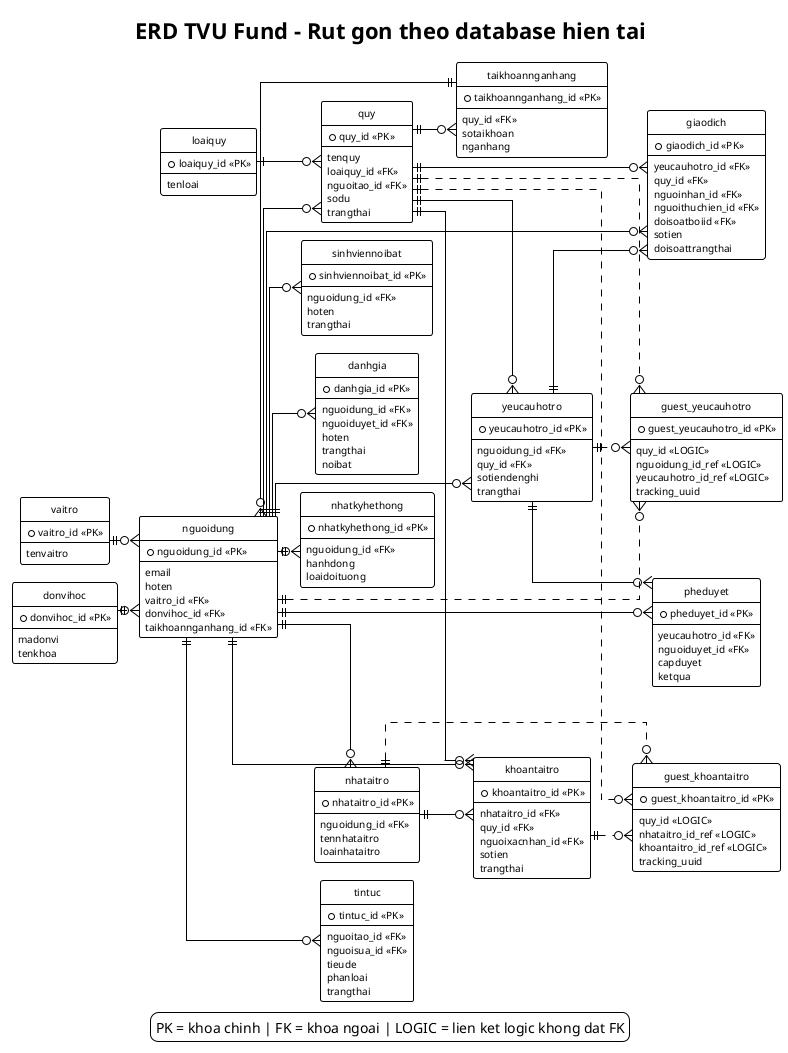
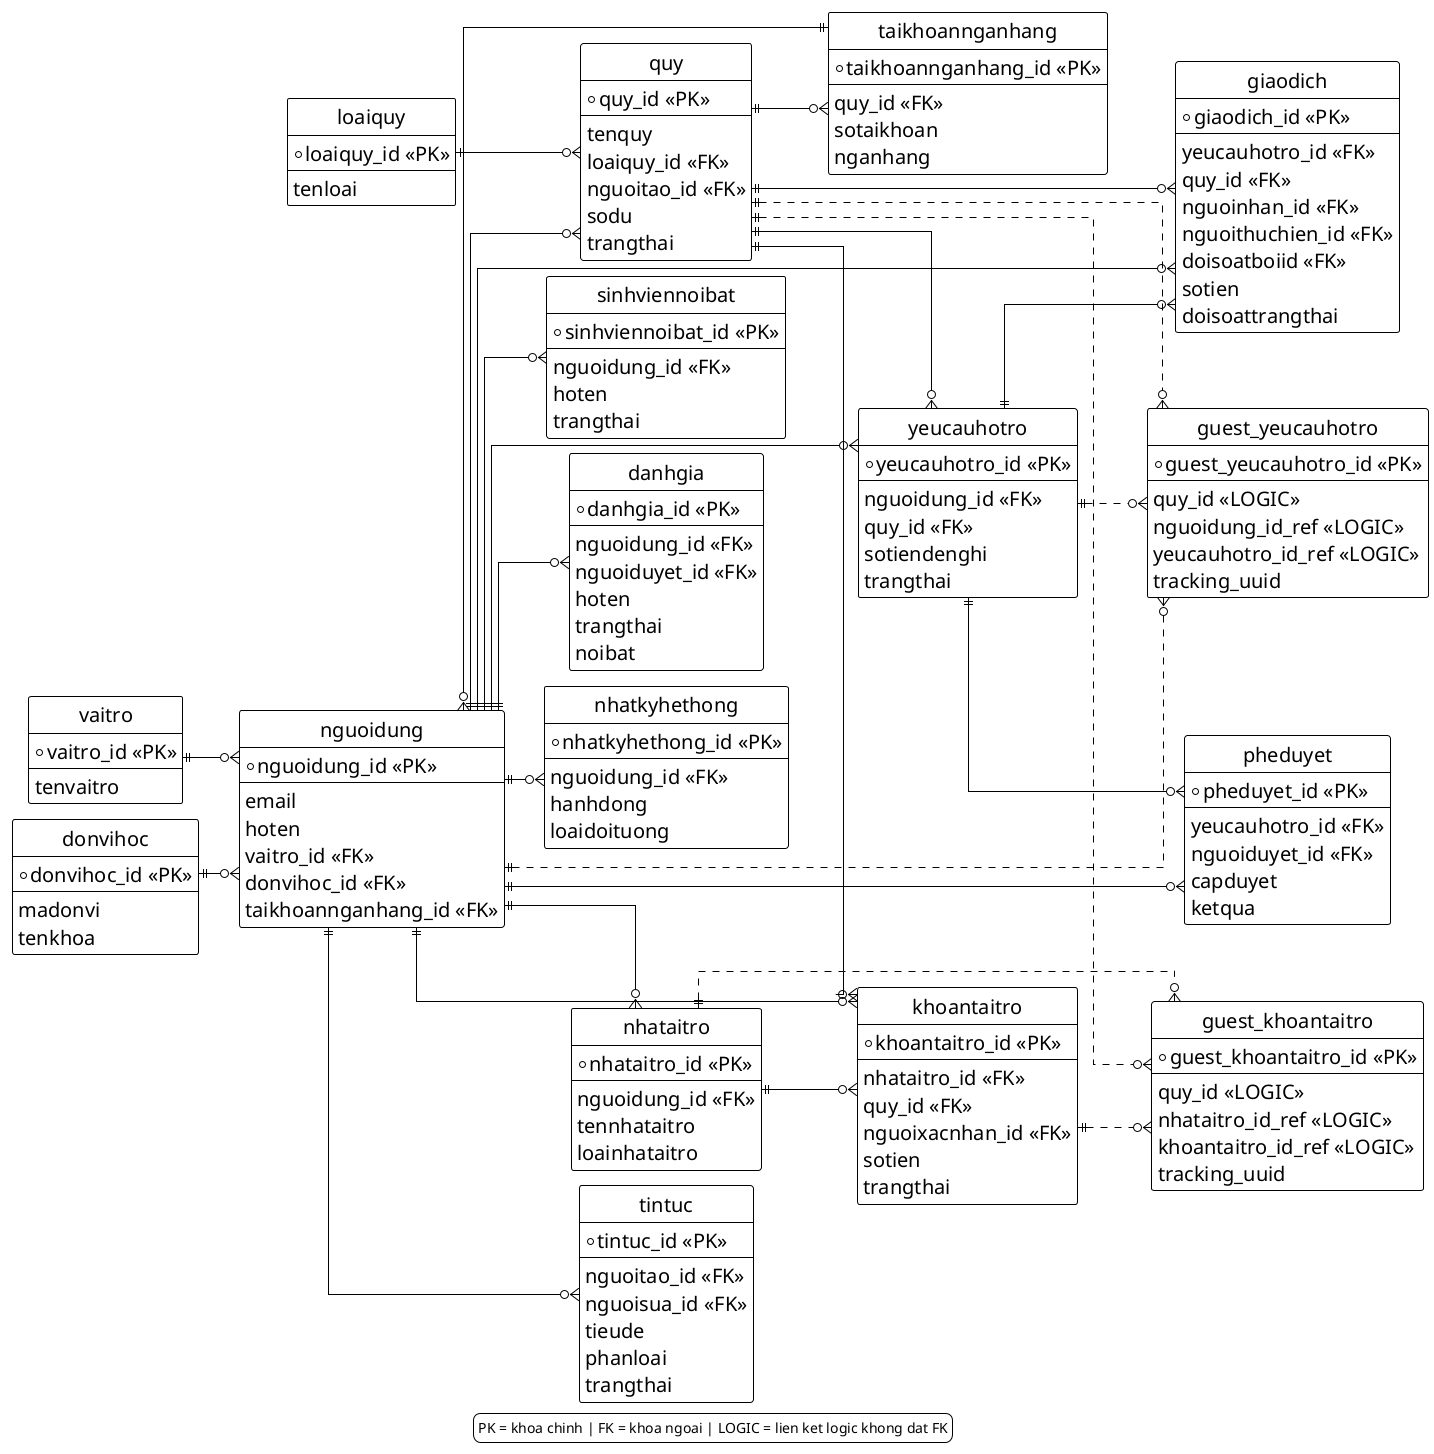
@startuml ERD_Hien_Tai
!theme plain
hide circle
left to right direction

skinparam backgroundColor #FFFFFF
skinparam linetype ortho
skinparam shadowing false
- skinparam defaultFontSize 10
- skinparam nodesep 18
- skinparam ranksep 22
+ skinparam defaultFontSize 20
+ skinparam nodesep 15
+ skinparam ranksep 40
skinparam entity {
  BackgroundColor #FFF9E6
  BorderColor #555555
}

- scale max 1100 width
- title ERD TVU Fund - Rut gon theo database hien tai
+ scale max 1900 width
+ 

entity "vaitro" as vaitro {
  * vaitro_id <<PK>>
  --
  tenvaitro
}

entity "donvihoc" as donvihoc {
  * donvihoc_id <<PK>>
  --
  madonvi
  tenkhoa
}

entity "nguoidung" as nguoidung {
  * nguoidung_id <<PK>>
  --
  email
  hoten
  vaitro_id <<FK>>
  donvihoc_id <<FK>>
  taikhoannganhang_id <<FK>>
}

entity "taikhoannganhang" as taikhoannganhang {
  * taikhoannganhang_id <<PK>>
  --
  quy_id <<FK>>
  sotaikhoan
  nganhang
}

entity "loaiquy" as loaiquy {
  * loaiquy_id <<PK>>
  --
  tenloai
}

entity "quy" as quy {
  * quy_id <<PK>>
  --
  tenquy
  loaiquy_id <<FK>>
  nguoitao_id <<FK>>
  sodu
  trangthai
}

entity "yeucauhotro" as yeucauhotro {
  * yeucauhotro_id <<PK>>
  --
  nguoidung_id <<FK>>
  quy_id <<FK>>
  sotiendenghi
  trangthai
}

entity "pheduyet" as pheduyet {
  * pheduyet_id <<PK>>
  --
  yeucauhotro_id <<FK>>
  nguoiduyet_id <<FK>>
  capduyet
  ketqua
}

entity "nhataitro" as nhataitro {
  * nhataitro_id <<PK>>
  --
  nguoidung_id <<FK>>
  tennhataitro
  loainhataitro
}

entity "khoantaitro" as khoantaitro {
  * khoantaitro_id <<PK>>
  --
  nhataitro_id <<FK>>
  quy_id <<FK>>
  nguoixacnhan_id <<FK>>
  sotien
  trangthai
}

entity "giaodich" as giaodich {
  * giaodich_id <<PK>>
  --
  yeucauhotro_id <<FK>>
  quy_id <<FK>>
  nguoinhan_id <<FK>>
  nguoithuchien_id <<FK>>
  doisoatboiid <<FK>>
  sotien
  doisoattrangthai
}

entity "tintuc" as tintuc {
  * tintuc_id <<PK>>
  --
  nguoitao_id <<FK>>
  nguoisua_id <<FK>>
  tieude
  phanloai
  trangthai
}

entity "sinhviennoibat" as sinhviennoibat {
  * sinhviennoibat_id <<PK>>
  --
  nguoidung_id <<FK>>
  hoten
  trangthai
}

entity "danhgia" as danhgia {
  * danhgia_id <<PK>>
  --
  nguoidung_id <<FK>>
  nguoiduyet_id <<FK>>
  hoten
  trangthai
  noibat
}

entity "guest_yeucauhotro" as guest_yeucauhotro {
  * guest_yeucauhotro_id <<PK>>
  --
  quy_id <<LOGIC>>
  nguoidung_id_ref <<LOGIC>>
  yeucauhotro_id_ref <<LOGIC>>
  tracking_uuid
}

entity "guest_khoantaitro" as guest_khoantaitro {
  * guest_khoantaitro_id <<PK>>
  --
  quy_id <<LOGIC>>
  nhataitro_id_ref <<LOGIC>>
  khoantaitro_id_ref <<LOGIC>>
  tracking_uuid
}

entity "nhatkyhethong" as nhatkyhethong {
  * nhatkyhethong_id <<PK>>
  --
  nguoidung_id <<FK>>
  hanhdong
  loaidoituong
}

' Quan he FK that
vaitro ||--o{ nguoidung
donvihoc ||--o{ nguoidung
taikhoannganhang ||--o{ nguoidung
nguoidung ||--o{ nhataitro
loaiquy ||--o{ quy
nguoidung ||--o{ quy
quy ||--o{ taikhoannganhang

nguoidung ||--o{ yeucauhotro
quy ||--o{ yeucauhotro
yeucauhotro ||--o{ pheduyet
nguoidung ||--o{ pheduyet

nhataitro ||--o{ khoantaitro
quy ||--o{ khoantaitro
nguoidung ||--o{ khoantaitro

yeucauhotro ||--o{ giaodich
quy ||--o{ giaodich
nguoidung ||--o{ giaodich

nguoidung ||--o{ tintuc
nguoidung ||--o{ sinhviennoibat
nguoidung ||--o{ danhgia
nguoidung ||--o{ nhatkyhethong

' Quan he logic cua bang guest, schema khong dat FK
quy ||..o{ guest_yeucauhotro
nguoidung ||..o{ guest_yeucauhotro
yeucauhotro ||..o{ guest_yeucauhotro

quy ||..o{ guest_khoantaitro
nhataitro ||..o{ guest_khoantaitro
khoantaitro ||..o{ guest_khoantaitro

legend bottom
  PK = khoa chinh | FK = khoa ngoai | LOGIC = lien ket logic khong dat FK
endlegend

@enduml
